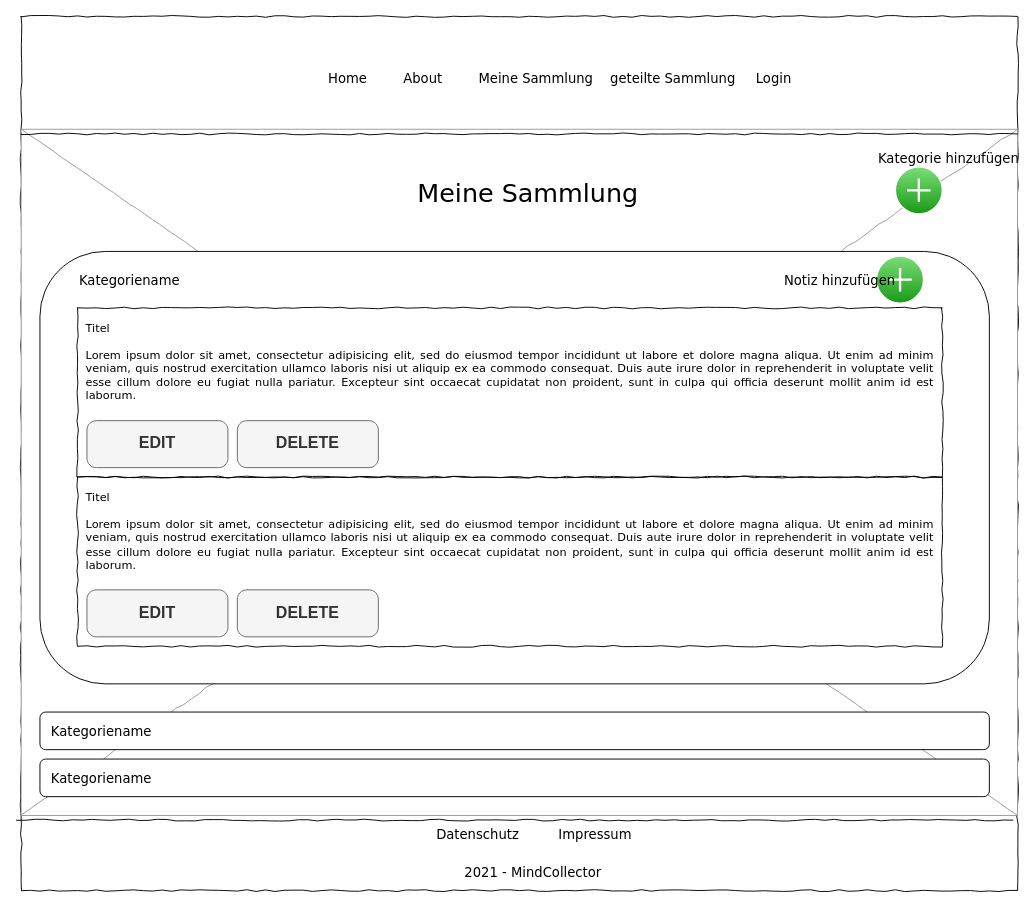
Before: page "meine sammlung" (1 of 10) of Mockup/mockups.drawio in MindCollector-Softwareprojekt2021/MindCollector, a draw.io diagram. Source tidied: cells renumbered, new cells numbered last; positions are measured from the earlier drawing's top-left corner, leaving out a move shared by most shapes. Both pictures are drawn from the tidied source at 94%, with x=0, y=0 at pixel (16, 16).
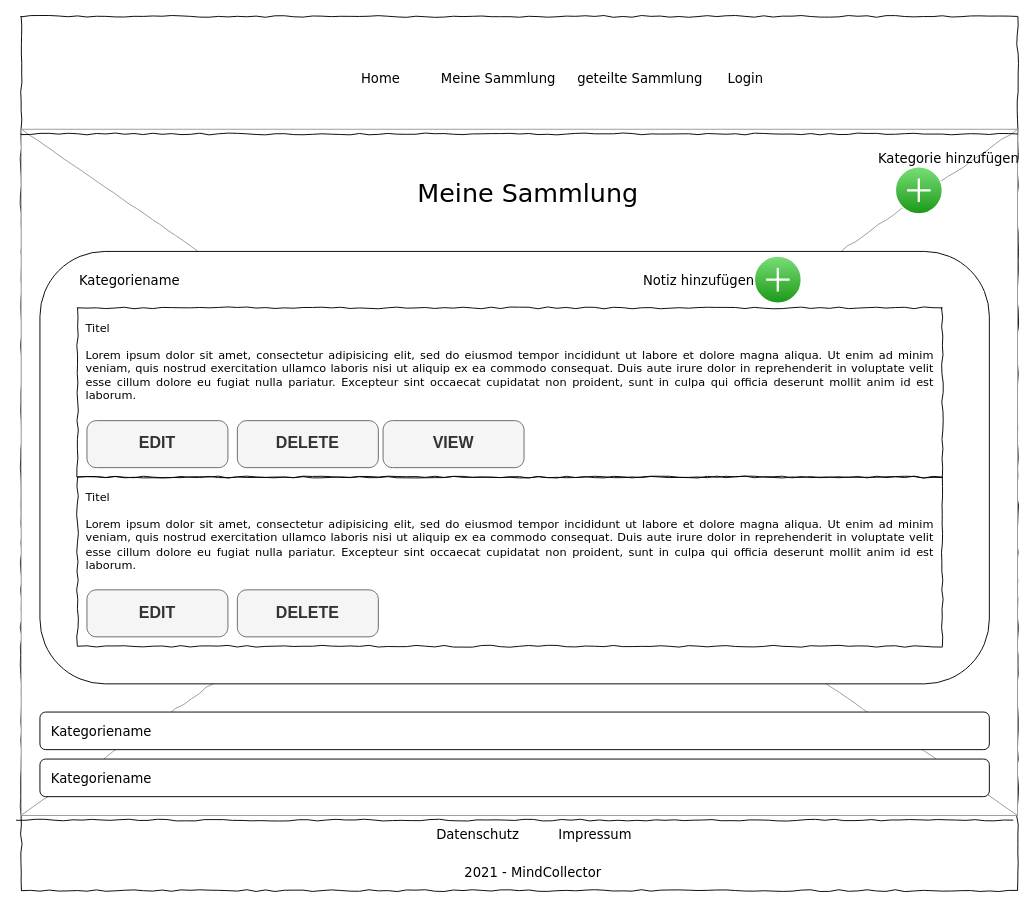
The same diagram, later.

What changed in the source:
```diff
@@
     <mxCell id="5" value="Home" style="text;html=1;align=left;verticalAlign=top;spacingTop=-4;fontSize=14;fontFamily=Verdana;" parent="1" vertex="1">
-      <mxGeometry x="330" y="55" width="60" height="20" as="geometry" />
+      <mxGeometry x="365" y="55" width="60" height="20" as="geometry" />
     </mxCell>
-    <mxCell id="6" value="About" style="text;html=1;align=left;verticalAlign=top;spacingTop=-4;fontSize=14;fontFamily=Verdana;" parent="1" vertex="1">
-      <mxGeometry x="410" y="55" width="60" height="20" as="geometry" />
-    </mxCell>
     <mxCell id="7" value="Meine Sammlung" style="text;html=1;align=left;verticalAlign=top;spacingTop=-4;fontSize=14;fontFamily=Verdana;" parent="1" vertex="1">
-      <mxGeometry x="490" y="55" width="90" height="20" as="geometry" />
+      <mxGeometry x="450" y="55" width="90" height="20" as="geometry" />
     </mxCell>
@@
     <mxCell id="15" value="geteilte Sammlung" style="text;html=1;align=left;verticalAlign=top;spacingTop=-4;fontSize=14;fontFamily=Verdana;" parent="1" vertex="1">
-      <mxGeometry x="630" y="55" width="90" height="20" as="geometry" />
+      <mxGeometry x="595" y="55" width="90" height="20" as="geometry" />
     </mxCell>
     <mxCell id="16" value="Login" style="text;html=1;align=left;verticalAlign=top;spacingTop=-4;fontSize=14;fontFamily=Verdana;" parent="1" vertex="1">
-      <mxGeometry x="785" y="55" width="90" height="20" as="geometry" />
+      <mxGeometry x="755" y="55" width="90" height="20" as="geometry" />
     </mxCell>
@@
     <mxCell id="29" style="verticalLabelPosition=bottom;verticalAlign=top;html=1;shadow=0;dashed=0;strokeWidth=1;shape=mxgraph.ios.iAddIcon;fillColor=#7AdF78;fillColor2=#1A9917;strokeColor=#ffffff;" parent="1" vertex="1">
-      <mxGeometry x="915" y="255" width="50" height="50" as="geometry" />
+      <mxGeometry x="785" y="255" width="50" height="50" as="geometry" />
     </mxCell>
     <mxCell id="30" value="Notiz hinzufügen" style="text;html=1;align=left;verticalAlign=top;spacingTop=-4;fontSize=14;fontFamily=Verdana;" parent="1" vertex="1">
-      <mxGeometry x="815" y="270" width="90" height="20" as="geometry" />
+      <mxGeometry x="665" y="270" width="90" height="20" as="geometry" />
     </mxCell>
+    <mxCell id="31" value="VIEW" style="strokeWidth=1;shadow=0;dashed=0;align=center;html=1;shape=mxgraph.mockup.buttons.button;strokeColor=#666666;fontColor=#333333;mainText=;buttonStyle=round;fontSize=17;fontStyle=1;fillColor=#f5f5f5;whiteSpace=wrap;" parent="1" vertex="1">
+      <mxGeometry x="390" y="430" width="150" height="50" as="geometry" />
+    </mxCell>
```
